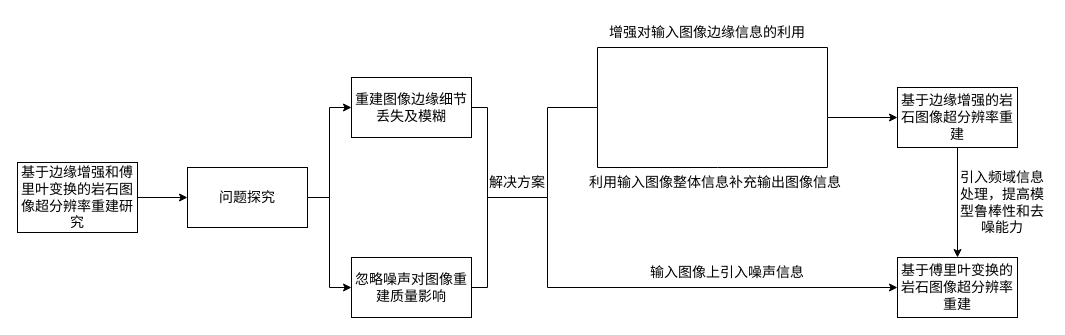
The draw.io diagram 论文框架.drawio in gao131/nlp-beginner, before the edit. Source tidied: cells renumbered, new cells numbered last; positions are measured from the earlier drawing's top-left corner, leaving out a move shared by most shapes. Both pictures are drawn from the tidied source at 100%, with x=0, y=0 at pixel (17, 17).
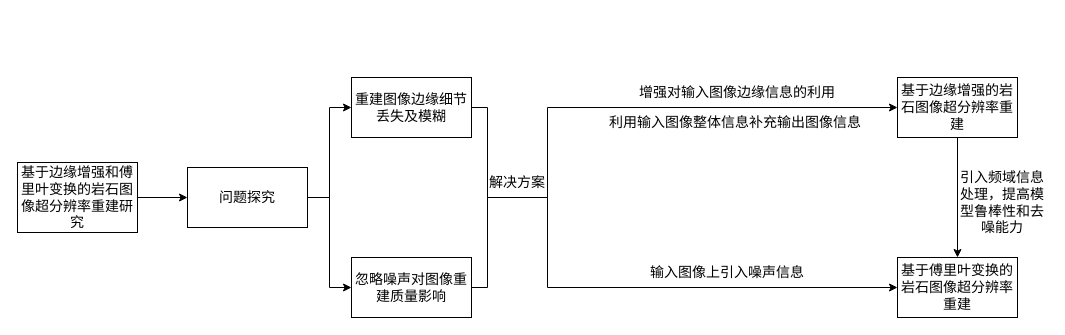
Above is the later version.

Commit message:
更新论文框架.drawio

Unchanged cells that the change refers to:
```xml
<mxCell id="8" value="重建图像边缘细节丢失及模糊" style="rounded=0;whiteSpace=wrap;fontStyle=0;fontSize=14;labelBackgroundColor=none;" parent="1" vertex="1">
  <mxGeometry x="334" y="60" width="120" height="60" as="geometry" />
</mxCell>
```

Diff of the diagram source:
```diff
@@
-    <mxCell id="7" style="edgeStyle=orthogonalEdgeStyle;rounded=0;jettySize=auto;entryX=0;entryY=0.5;entryDx=0;entryDy=0;fontStyle=0;labelBackgroundColor=none;" parent="1" edge="1" source="8" target="12">
+    <mxCell id="7" style="edgeStyle=orthogonalEdgeStyle;rounded=0;jettySize=auto;fontStyle=0;labelBackgroundColor=none;entryX=0;entryY=0.5;entryDx=0;entryDy=0;" parent="1" edge="1" source="8" target="12">
       <mxGeometry relative="1" as="geometry">
         <Array as="points">
           <mxPoint x="470" y="90" />
           <mxPoint x="470" y="180" />
           <mxPoint x="530" y="180" />
           <mxPoint x="530" y="90" />
-          <mxPoint x="580" y="90" />
-          <mxPoint x="580" y="30" />
-          <mxPoint x="810" y="30" />
-          <mxPoint x="810" y="100" />
         </Array>
       </mxGeometry>
     </mxCell>
@@
     <mxCell id="12" value="基于边缘增强的岩石图像超分辨率重建" style="rounded=0;whiteSpace=wrap;fontStyle=0;fontSize=14;labelBackgroundColor=none;" parent="1" vertex="1">
-      <mxGeometry x="880" y="70" width="120" height="60" as="geometry" />
+      <mxGeometry x="880" y="60" width="120" height="60" as="geometry" />
     </mxCell>
@@
     <mxCell id="15" value="增强对输入图像边缘信息的利用" style="text;whiteSpace=wrap;fontStyle=0;fontSize=14;labelBackgroundColor=none;" parent="1" vertex="1">
-      <mxGeometry x="590" width="210" height="30" as="geometry" />
+      <mxGeometry x="620" y="60" width="210" height="30" as="geometry" />
     </mxCell>
-    <mxCell id="16" style="endArrow=none;rounded=0;fontStyle=0;labelBackgroundColor=none;" parent="1" edge="1">
-      <mxGeometry relative="1" as="geometry">
-        <mxPoint x="580" y="90" as="sourcePoint" />
-        <mxPoint x="810" y="100" as="targetPoint" />
-        <Array as="points">
-          <mxPoint x="580" y="150" />
-          <mxPoint x="700" y="150" />
-          <mxPoint x="810" y="150" />
-        </Array>
-      </mxGeometry>
-    </mxCell>
     <mxCell id="17" value="利用输入图像整体信息补充输出图像信息" style="text;whiteSpace=wrap;fontStyle=0;fontSize=14;labelBackgroundColor=none;" parent="1" vertex="1">
-      <mxGeometry x="570" y="150" width="270" height="30" as="geometry" />
+      <mxGeometry x="590" y="90" width="270" height="30" as="geometry" />
     </mxCell>
```
